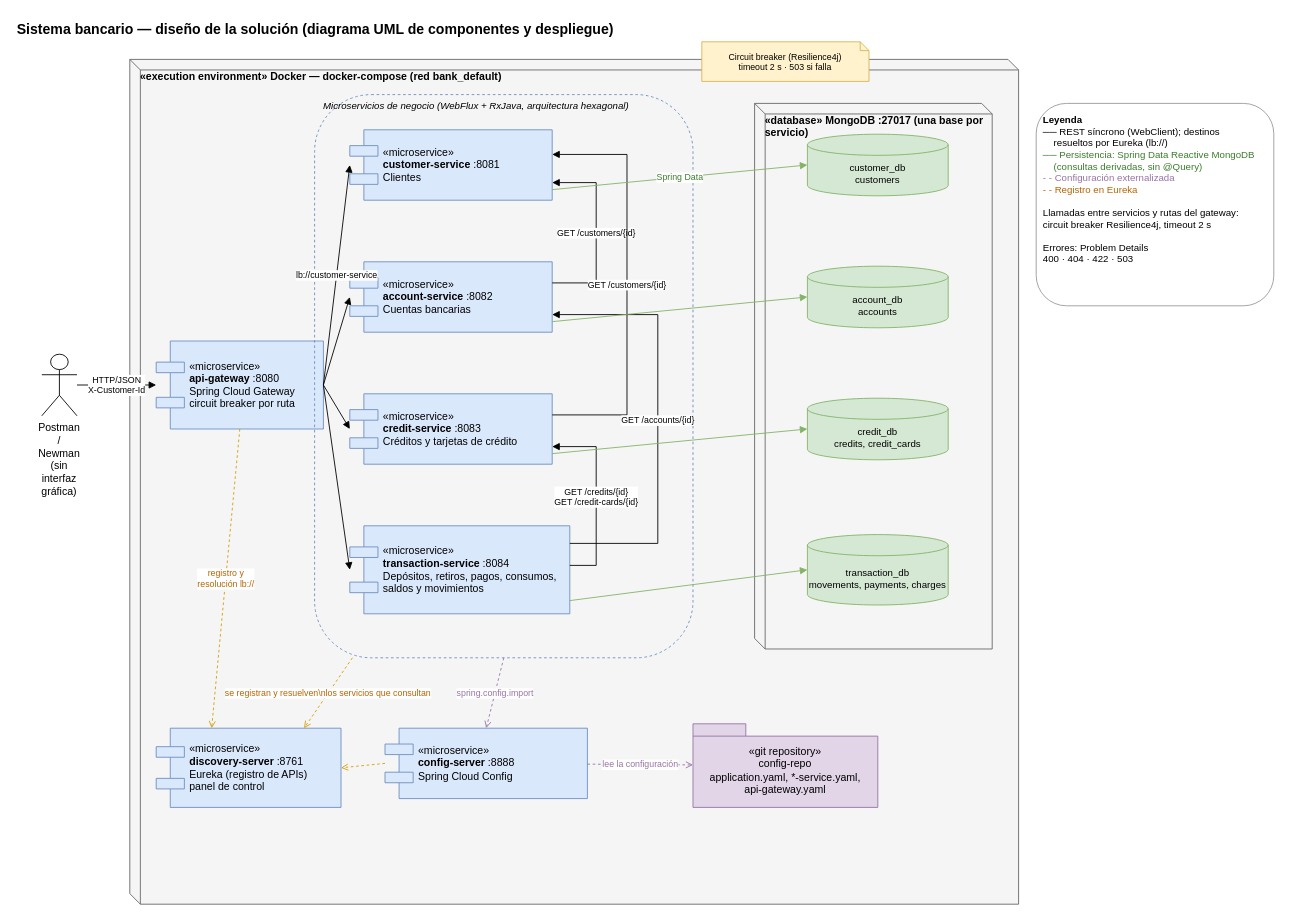
The draw.io diagram docs/diagrams/solution-design.drawio in kuroxbyte/bootcamp-bank-project-docs, before the edit. Source tidied: cells renumbered, new cells numbered last; positions are measured from the earlier drawing's top-left corner, leaving out a move shared by most shapes. Both pictures are drawn from the tidied source at 88%, with x=0, y=0 at pixel (15, 15).
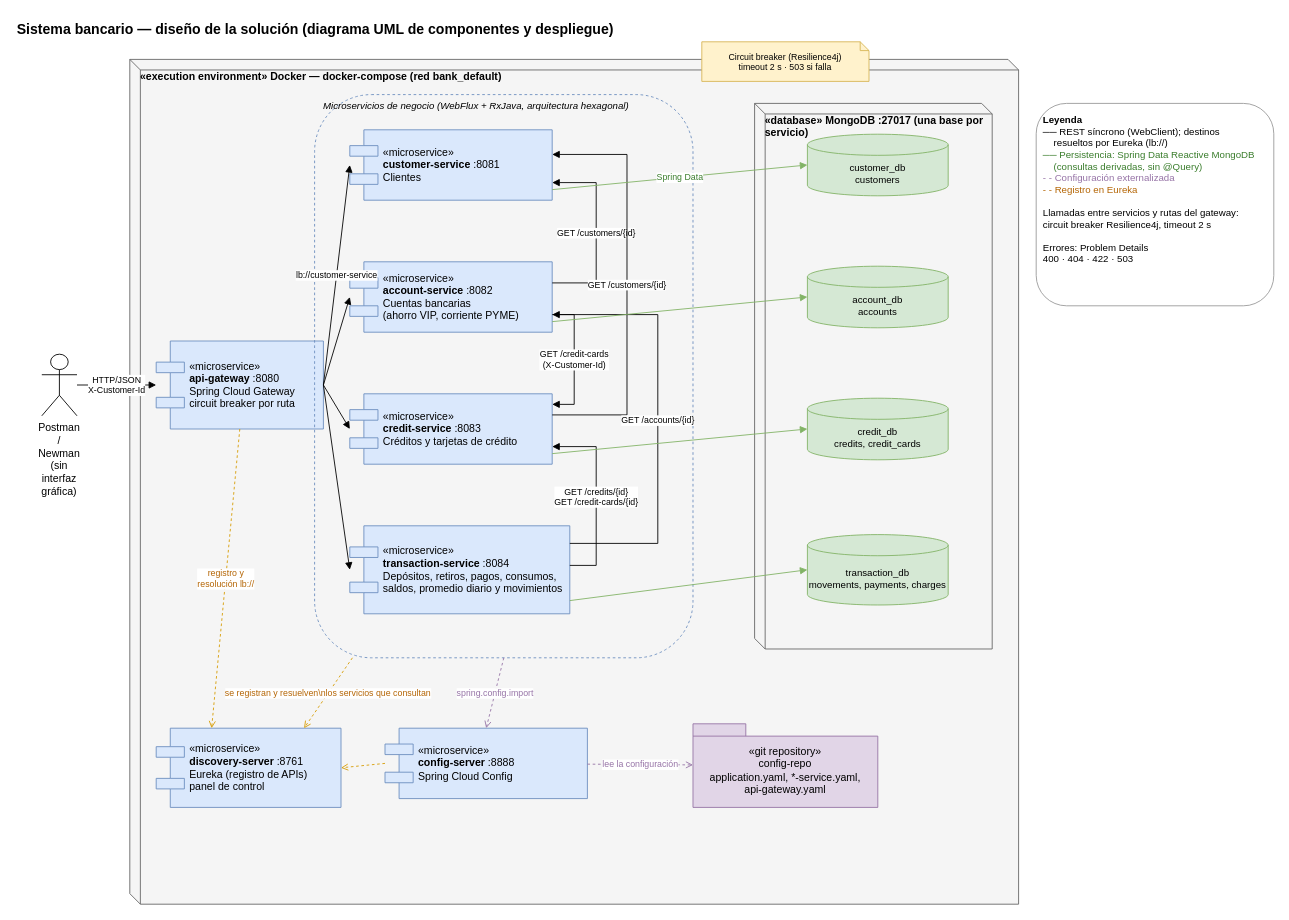
After the change.

Commit message (it also covers changes not shown here):
docs: documentar y probar los productos VIP y PYME

The change refers to these unchanged cells:
```xml
<mxCell id="8" value="«microservice»&lt;br&gt;&lt;b&gt;credit-service&lt;/b&gt; :8083&lt;br&gt;Créditos y tarjetas de crédito" style="shape=component;align=left;spacingLeft=36;html=1;whiteSpace=wrap;fillColor=#dae8fc;strokeColor=#6c8ebf;fontSize=12;" parent="1" vertex="1">
  <mxGeometry x="380" y="430" width="230" height="80" as="geometry" />
</mxCell>
```

Change to the diagram source:
```diff
@@
-    <mxCell id="7" value="«microservice»&lt;br&gt;&lt;b&gt;account-service&lt;/b&gt; :8082&lt;br&gt;Cuentas bancarias" style="shape=component;align=left;spacingLeft=36;html=1;whiteSpace=wrap;fillColor=#dae8fc;strokeColor=#6c8ebf;fontSize=12;" parent="1" vertex="1">
+    <mxCell id="7" value="«microservice»&lt;br&gt;&lt;b&gt;account-service&lt;/b&gt; :8082&lt;br&gt;Cuentas bancarias&lt;br&gt;(ahorro VIP, corriente PYME)" style="shape=component;align=left;spacingLeft=36;html=1;whiteSpace=wrap;fillColor=#dae8fc;strokeColor=#6c8ebf;fontSize=12;" parent="1" vertex="1">
       <mxGeometry x="380" y="280" width="230" height="80" as="geometry" />
     </mxCell>
@@
-    <mxCell id="9" value="«microservice»&lt;br&gt;&lt;b&gt;transaction-service&lt;/b&gt; :8084&lt;br&gt;Depósitos, retiros, pagos, consumos,&lt;br&gt;saldos y movimientos" style="shape=component;align=left;spacingLeft=36;html=1;whiteSpace=wrap;fillColor=#dae8fc;strokeColor=#6c8ebf;fontSize=12;" parent="1" vertex="1">
+    <mxCell id="9" value="«microservice»&lt;br&gt;&lt;b&gt;transaction-service&lt;/b&gt; :8084&lt;br&gt;Depósitos, retiros, pagos, consumos,&lt;br&gt;saldos, promedio diario y movimientos" style="shape=component;align=left;spacingLeft=36;html=1;whiteSpace=wrap;fillColor=#dae8fc;strokeColor=#6c8ebf;fontSize=12;" parent="1" vertex="1">
       <mxGeometry x="380" y="580" width="250" height="100" as="geometry" />
     </mxCell>
@@
+    <mxCell id="39" value="GET /credit-cards&lt;br&gt;(X-Customer-Id)" style="endArrow=block;html=1;rounded=0;fontSize=10;labelBackgroundColor=#ffffff;exitX=1;exitY=0.75;entryX=1;entryY=0.15;" parent="1" edge="1" source="7" target="8">
+      <mxGeometry relative="1" as="geometry">
+        <Array as="points">
+          <mxPoint x="635" y="340" />
+          <mxPoint x="635" y="442" />
+        </Array>
+      </mxGeometry>
+    </mxCell>
```
